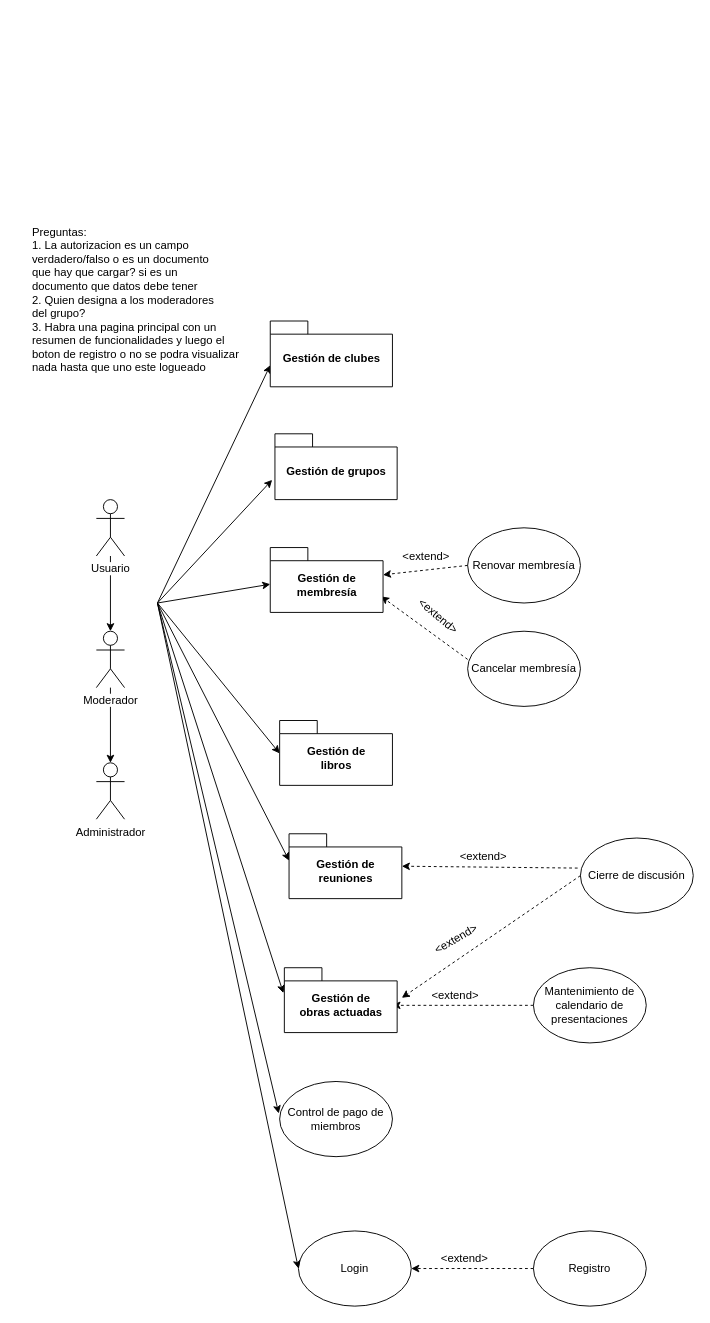
Before: DB I/RC UC.drawio in NeutronBlast/IS-Ex, a draw.io diagram. Source tidied: cells renumbered, new cells numbered last; positions are measured from the earlier drawing's top-left corner, leaving out a move shared by most shapes. Both pictures are drawn from the tidied source at 94%, with x=0, y=0 at pixel (30, 223).
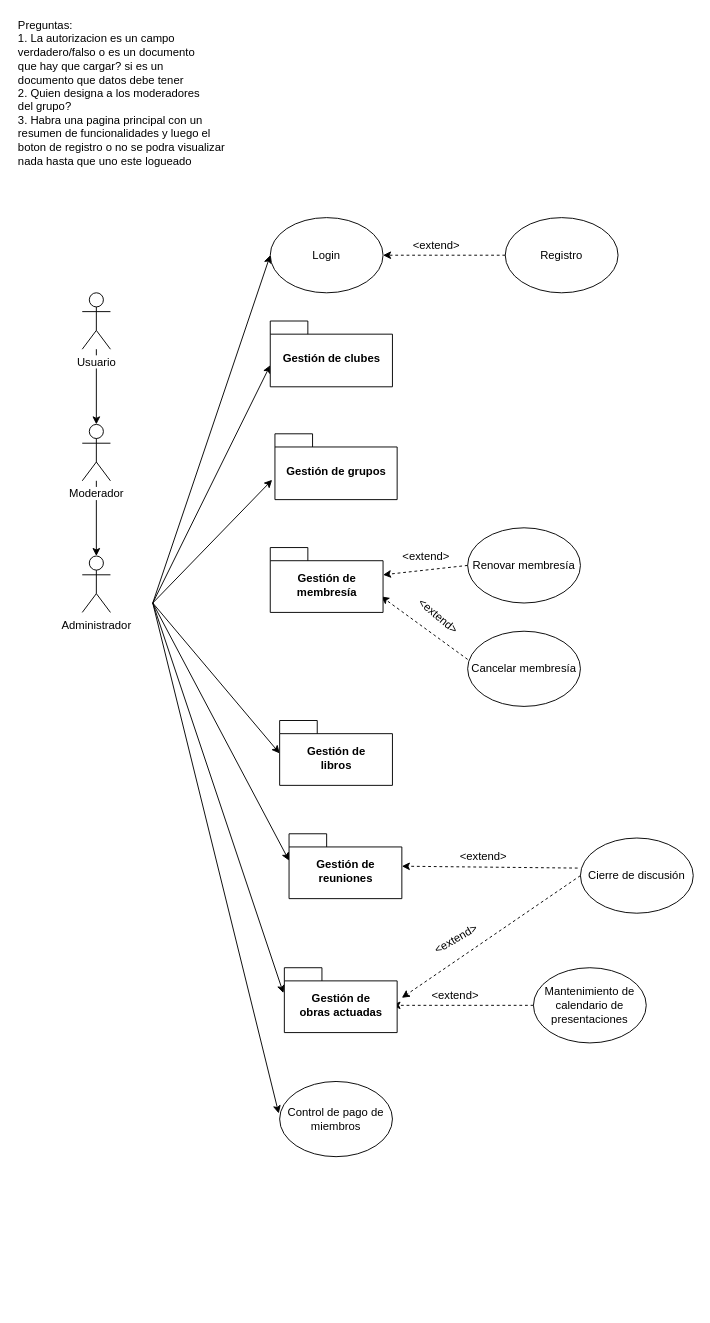
The same diagram, later.

Unchanged cells that the change refers to:
```xml
<mxCell id="11" value="Control de pago de miembros" style="ellipse;whiteSpace=wrap;html=1;" parent="1" vertex="1">
  <mxGeometry x="265" y="913" width="120" height="80" as="geometry" />
</mxCell>
```

Diff of the diagram source:
```diff
@@
     <mxCell id="3" value="Usuario" style="shape=umlActor;verticalLabelPosition=bottom;labelBackgroundColor=#ffffff;verticalAlign=top;html=1;outlineConnect=0;" parent="1" vertex="1">
-      <mxGeometry x="70" y="294" width="30" height="60" as="geometry" />
+      <mxGeometry x="55" y="74" width="30" height="60" as="geometry" />
     </mxCell>
@@
     <mxCell id="5" value="Moderador" style="shape=umlActor;verticalLabelPosition=bottom;labelBackgroundColor=#ffffff;verticalAlign=top;html=1;outlineConnect=0;" parent="1" vertex="1">
-      <mxGeometry x="70" y="434" width="30" height="60" as="geometry" />
+      <mxGeometry x="55" y="214" width="30" height="60" as="geometry" />
     </mxCell>
     <mxCell id="6" value="Administrador" style="shape=umlActor;verticalLabelPosition=bottom;labelBackgroundColor=#ffffff;verticalAlign=top;html=1;outlineConnect=0;" parent="1" vertex="1">
-      <mxGeometry x="70" y="574" width="30" height="60" as="geometry" />
+      <mxGeometry x="55" y="354" width="30" height="60" as="geometry" />
     </mxCell>
     <mxCell id="7" value="Preguntas:&lt;br&gt;1. La autorizacion es un campo&amp;nbsp;&lt;br&gt;verdadero/falso o es un documento&lt;br&gt;que hay que cargar? si es un&lt;br&gt;documento que datos debe tener&lt;br&gt;2. Quien designa a los moderadores&lt;br&gt;del grupo?&lt;br&gt;3. Habra una pagina principal con un&lt;br&gt;resumen de funcionalidades y luego el&lt;br&gt;boton de registro o no se podra visualizar&lt;br&gt;nada hasta que&amp;nbsp;uno este logueado" style="text;html=1;align=left;verticalAlign=top;spacingTop=-4;" parent="1" vertex="1">
-      <mxGeometry width="240" height="150" as="geometry" />
+      <mxGeometry x="-15" y="-220" width="240" height="150" as="geometry" />
     </mxCell>
@@
     <mxCell id="13" value="Login" style="ellipse;whiteSpace=wrap;html=1;" parent="1" vertex="1">
-      <mxGeometry x="285" y="1072" width="120" height="80" as="geometry" />
+      <mxGeometry x="255" y="-6" width="120" height="80" as="geometry" />
     </mxCell>
     <mxCell id="14" value="Registro" style="ellipse;whiteSpace=wrap;html=1;" parent="1" vertex="1">
-      <mxGeometry x="535" y="1072" width="120" height="80" as="geometry" />
+      <mxGeometry x="505" y="-6" width="120" height="80" as="geometry" />
     </mxCell>
     <mxCell id="15" style="endArrow=classic;html=1;entryX=0;entryY=0.5;entryDx=0;entryDy=0;" parent="1" edge="1">
       <mxGeometry relative="1" as="geometry">
-        <mxPoint x="135" y="404" as="sourcePoint" />
+        <mxPoint x="130" y="404" as="sourcePoint" />
         <mxPoint x="255" y="151" as="targetPoint" />
       </mxGeometry>
     </mxCell>
     <mxCell id="16" style="endArrow=classic;html=1;entryX=0.017;entryY=0.613;entryDx=0;entryDy=0;entryPerimeter=0;" parent="1" edge="1">
       <mxGeometry relative="1" as="geometry">
-        <mxPoint x="135" y="404" as="sourcePoint" />
+        <mxPoint x="130" y="404" as="sourcePoint" />
         <mxPoint x="257" y="273" as="targetPoint" />
       </mxGeometry>
     </mxCell>
-    <mxCell id="17" style="endArrow=classic;html=1;entryX=0;entryY=0.5;entryDx=0;entryDy=0;" parent="1" edge="1">
-      <mxGeometry relative="1" as="geometry">
-        <mxPoint x="135" y="404" as="sourcePoint" />
-        <mxPoint x="255" y="384" as="targetPoint" />
-      </mxGeometry>
-    </mxCell>
     <mxCell id="18" style="endArrow=classic;html=1;entryX=0;entryY=0.5;entryDx=0;entryDy=0;" parent="1" edge="1">
       <mxGeometry relative="1" as="geometry">
-        <mxPoint x="135" y="404" as="sourcePoint" />
+        <mxPoint x="130" y="404" as="sourcePoint" />
         <mxPoint x="265" y="564" as="targetPoint" />
       </mxGeometry>
     </mxCell>
     <mxCell id="19" style="endArrow=classic;html=1;entryX=0;entryY=0.5;entryDx=0;entryDy=0;" parent="1" edge="1" target="13">
       <mxGeometry relative="1" as="geometry">
-        <mxPoint x="135" y="404" as="sourcePoint" />
+        <mxPoint x="130" y="404" as="sourcePoint" />
       </mxGeometry>
     </mxCell>
     <mxCell id="20" style="endArrow=classic;html=1;entryX=-0.008;entryY=0.425;entryDx=0;entryDy=0;entryPerimeter=0;" parent="1" edge="1" target="11">
       <mxGeometry relative="1" as="geometry">
-        <mxPoint x="135" y="404" as="sourcePoint" />
+        <mxPoint x="130" y="404" as="sourcePoint" />
       </mxGeometry>
     </mxCell>
     <mxCell id="21" style="endArrow=classic;html=1;entryX=0;entryY=0.425;entryDx=0;entryDy=0;entryPerimeter=0;" parent="1" edge="1">
       <mxGeometry relative="1" as="geometry">
-        <mxPoint x="135" y="404" as="sourcePoint" />
+        <mxPoint x="130" y="404" as="sourcePoint" />
         <mxPoint x="275" y="678" as="targetPoint" />
       </mxGeometry>
     </mxCell>
     <mxCell id="22" style="endArrow=classic;html=1;entryX=0.033;entryY=0.338;entryDx=0;entryDy=0;entryPerimeter=0;" parent="1" edge="1">
       <mxGeometry relative="1" as="geometry">
-        <mxPoint x="135" y="404" as="sourcePoint" />
+        <mxPoint x="130" y="404" as="sourcePoint" />
         <mxPoint x="269" y="819" as="targetPoint" />
       </mxGeometry>
     </mxCell>
@@
     <mxCell id="32" value="&amp;lt;extend&amp;gt;" style="text;html=1;align=left;verticalAlign=top;spacingTop=-4;" parent="1" vertex="1">
-      <mxGeometry x="435" y="1092" width="70" height="20" as="geometry" />
+      <mxGeometry x="405" y="14" width="70" height="20" as="geometry" />
     </mxCell>
```
